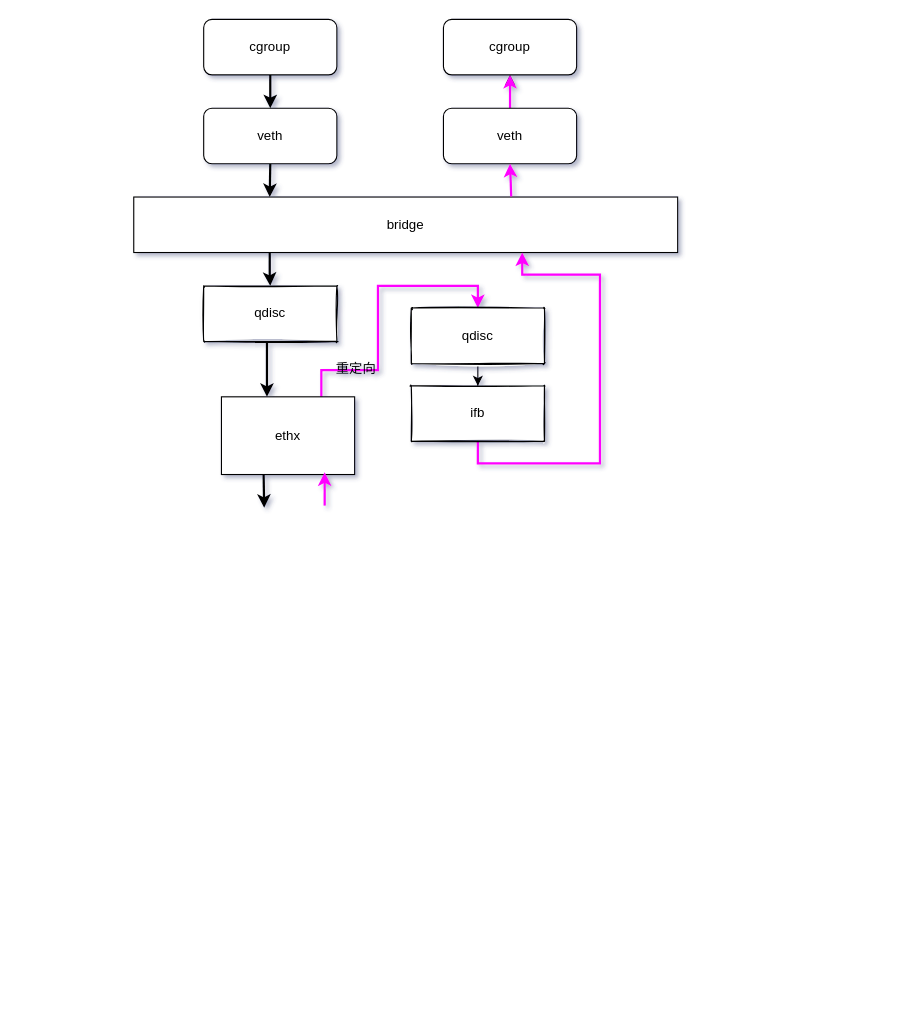
This is Untitled Diagram.drawio from wangfuhai700/Scapy_zh-cn, a draw.io file, before an edit. Source tidied: cells renumbered, new cells numbered last; positions are measured from the earlier drawing's top-left corner, leaving out a move shared by most shapes. Both pictures are drawn from the tidied source at 111%, with x=0, y=0 at pixel (133, 19).
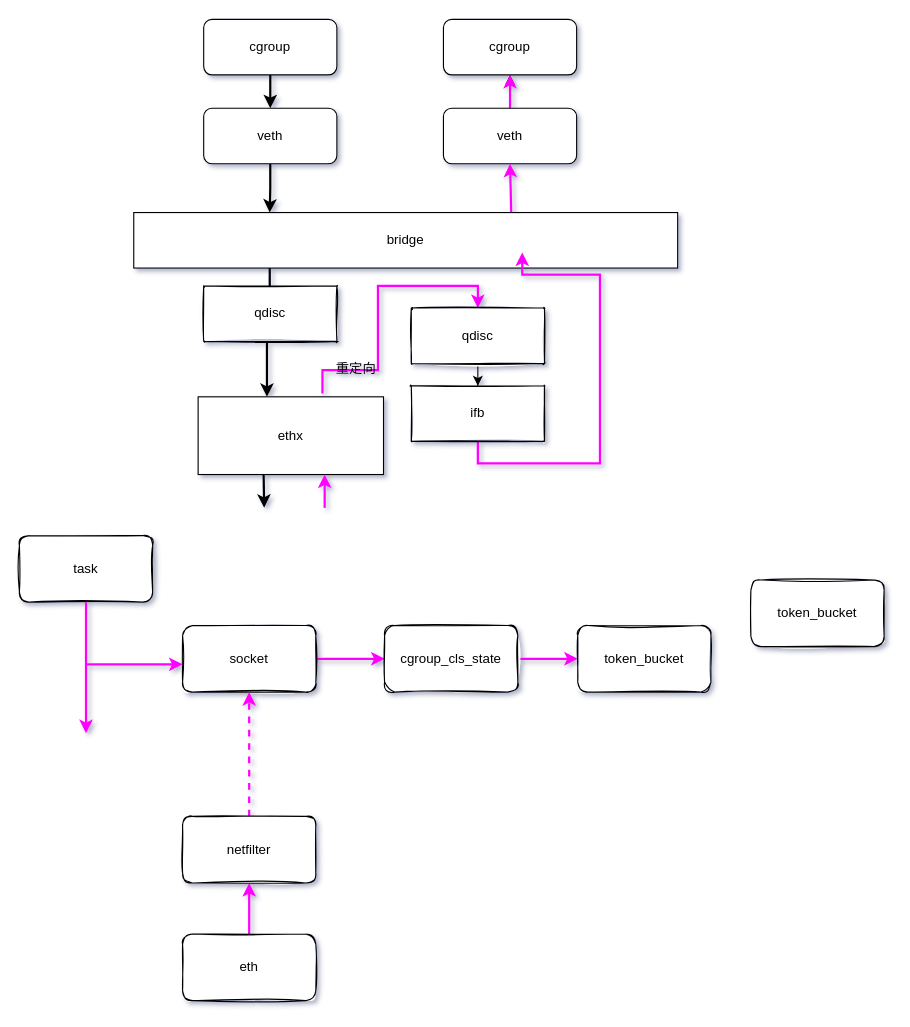
The same diagram, later.

The change refers to these unchanged cells:
```xml
<mxCell id="14" value="qdisc" style="rounded=1;whiteSpace=wrap;html=1;arcSize=0;sketch=1;" parent="1" vertex="1">
  <mxGeometry x="250" y="260" width="120" height="50" as="geometry" />
</mxCell>
```

Change to the diagram source:
```diff
@@
     <mxCell id="5" value="bridge" style="rounded=1;whiteSpace=wrap;html=1;arcSize=0;" parent="1" vertex="1">
-      <mxGeometry y="160" width="490" height="50" as="geometry" />
+      <mxGeometry y="174" width="490" height="50" as="geometry" />
     </mxCell>
@@
-    <mxCell id="9" style="edgeStyle=orthogonalEdgeStyle;rounded=0;jettySize=auto;html=1;entryX=0.5;entryY=0;entryDx=0;entryDy=0;exitX=0.75;exitY=0;exitDx=0;exitDy=0;strokeColor=#FF00FF;strokeWidth=2;" parent="1" edge="1" source="10" target="14">
+    <mxCell id="9" style="edgeStyle=orthogonalEdgeStyle;rounded=0;jettySize=auto;html=1;entryX=0.5;entryY=0;entryDx=0;entryDy=0;strokeColor=#FF00FF;strokeWidth=2;" parent="1" edge="1" target="14">
       <mxGeometry relative="1" as="geometry">
+        <mxPoint x="170" y="337" as="sourcePoint" />
         <Array as="points">
-          <mxPoint x="169" y="316" />
+          <mxPoint x="170" y="316" />
           <mxPoint x="220" y="316" />
           <mxPoint x="220" y="240" />
           <mxPoint x="310" y="240" />
         </Array>
       </mxGeometry>
     </mxCell>
     <mxCell id="10" value="ethx" style="rounded=1;whiteSpace=wrap;html=1;arcSize=0;gradientColor=#ffffff;gradientDirection=north;shadow=0;sketch=0;glass=0;" parent="1" vertex="1">
-      <mxGeometry x="79" y="340" width="120" height="70" as="geometry" />
+      <mxGeometry x="58" y="340" width="167" height="70" as="geometry" />
     </mxCell>
@@
     <mxCell id="22" style="edgeStyle=orthogonalEdgeStyle;rounded=0;orthogonalLoop=1;jettySize=auto;html=1;strokeColor=#FF00FF;strokeWidth=2;" parent="1" edge="1">
       <mxGeometry relative="1" as="geometry">
-        <mxPoint x="172" y="438" as="sourcePoint" />
-        <mxPoint x="172" y="408" as="targetPoint" />
+        <mxPoint x="172" y="440" as="sourcePoint" />
+        <mxPoint x="172" y="410" as="targetPoint" />
       </mxGeometry>
     </mxCell>
@@
+    <mxCell id="24" style="edgeStyle=orthogonalEdgeStyle;rounded=0;jettySize=auto;html=1;exitX=0.5;exitY=1;exitDx=0;exitDy=0;strokeColor=#FF00FF;strokeWidth=2;" parent="1" edge="1" source="25">
+      <mxGeometry relative="1" as="geometry">
+        <mxPoint x="-43" y="643" as="targetPoint" />
+        <Array as="points">
+          <mxPoint x="-43" y="573" />
+          <mxPoint x="-43" y="573" />
+        </Array>
+      </mxGeometry>
+    </mxCell>
+    <mxCell id="25" value="task" style="rounded=1;whiteSpace=wrap;html=1;shadow=0;glass=0;sketch=1;gradientColor=#ffffff;" parent="1" vertex="1">
+      <mxGeometry x="-103" y="465" width="120" height="60" as="geometry" />
+    </mxCell>
+    <mxCell id="26" style="edgeStyle=orthogonalEdgeStyle;rounded=0;jettySize=auto;html=1;strokeColor=#FF00FF;strokeWidth=2;" parent="1" edge="1" source="27" target="30">
+      <mxGeometry relative="1" as="geometry" />
+    </mxCell>
+    <mxCell id="27" value="socket" style="rounded=1;whiteSpace=wrap;html=1;shadow=0;glass=0;sketch=1;gradientColor=#ffffff;" parent="1" vertex="1">
+      <mxGeometry x="44" y="546" width="120" height="60" as="geometry" />
+    </mxCell>
+    <mxCell id="28" style="endArrow=classic;html=1;strokeColor=#FF00FF;strokeWidth=2;" parent="1" edge="1">
+      <mxGeometry relative="1" as="geometry">
+        <mxPoint x="-42" y="581" as="sourcePoint" />
+        <mxPoint x="44" y="581" as="targetPoint" />
+      </mxGeometry>
+    </mxCell>
+    <mxCell id="29" style="edgeStyle=orthogonalEdgeStyle;rounded=0;jettySize=auto;html=1;strokeColor=#FF00FF;strokeWidth=2;" parent="1" edge="1" source="30" target="31">
+      <mxGeometry relative="1" as="geometry" />
+    </mxCell>
+    <mxCell id="30" value="cgroup_cls_state" style="rounded=1;whiteSpace=wrap;html=1;shadow=0;glass=0;sketch=1;gradientColor=#ffffff;" parent="1" vertex="1">
+      <mxGeometry x="226" y="546" width="120" height="60" as="geometry" />
+    </mxCell>
+    <mxCell id="31" value="token_bucket" style="rounded=1;whiteSpace=wrap;html=1;shadow=0;glass=0;sketch=1;gradientColor=#ffffff;" parent="1" vertex="1">
+      <mxGeometry x="400" y="546" width="120" height="60" as="geometry" />
+    </mxCell>
+    <mxCell id="32" style="edgeStyle=orthogonalEdgeStyle;rounded=0;jettySize=auto;html=1;strokeColor=#FF00FF;strokeWidth=2;" parent="1" edge="1" source="33" target="35">
+      <mxGeometry relative="1" as="geometry" />
+    </mxCell>
+    <mxCell id="33" value="eth" style="rounded=1;whiteSpace=wrap;html=1;shadow=0;glass=0;sketch=1;gradientColor=#ffffff;" parent="1" vertex="1">
+      <mxGeometry x="44" y="824" width="120" height="60" as="geometry" />
+    </mxCell>
+    <mxCell id="34" style="edgeStyle=orthogonalEdgeStyle;rounded=0;jettySize=auto;html=1;strokeColor=#FF00FF;strokeWidth=2;dashed=1;" parent="1" edge="1" source="35" target="27">
+      <mxGeometry relative="1" as="geometry" />
+    </mxCell>
+    <mxCell id="35" value="netfilter" style="rounded=1;whiteSpace=wrap;html=1;shadow=0;glass=0;sketch=1;gradientColor=#ffffff;" parent="1" vertex="1">
+      <mxGeometry x="44" y="718" width="120" height="60" as="geometry" />
+    </mxCell>
+    <mxCell id="36" value="token_bucket" style="rounded=1;whiteSpace=wrap;html=1;shadow=0;glass=0;sketch=1;gradientColor=#ffffff;" parent="1" vertex="1">
+      <mxGeometry x="556" y="505" width="120" height="60" as="geometry" />
+    </mxCell>
```
